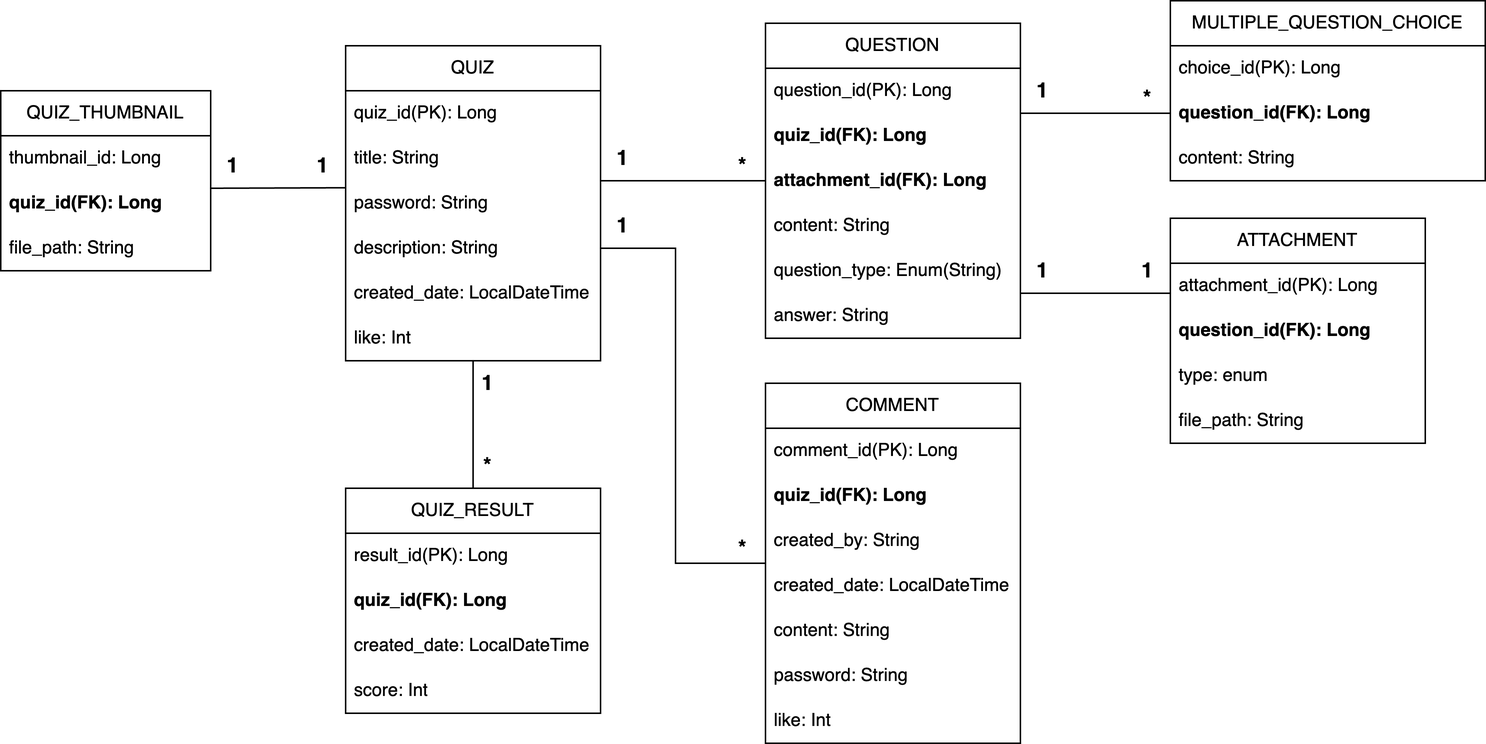
mynameisjaehoon/harpseal-backend keeps this draw.io diagram as readme-img/harpseal_domain_model.png. Above is the earlier version. Source tidied: cells renumbered, new cells last; positions are measured from the earlier drawing's top-left corner, leaving out a move shared by most shapes.
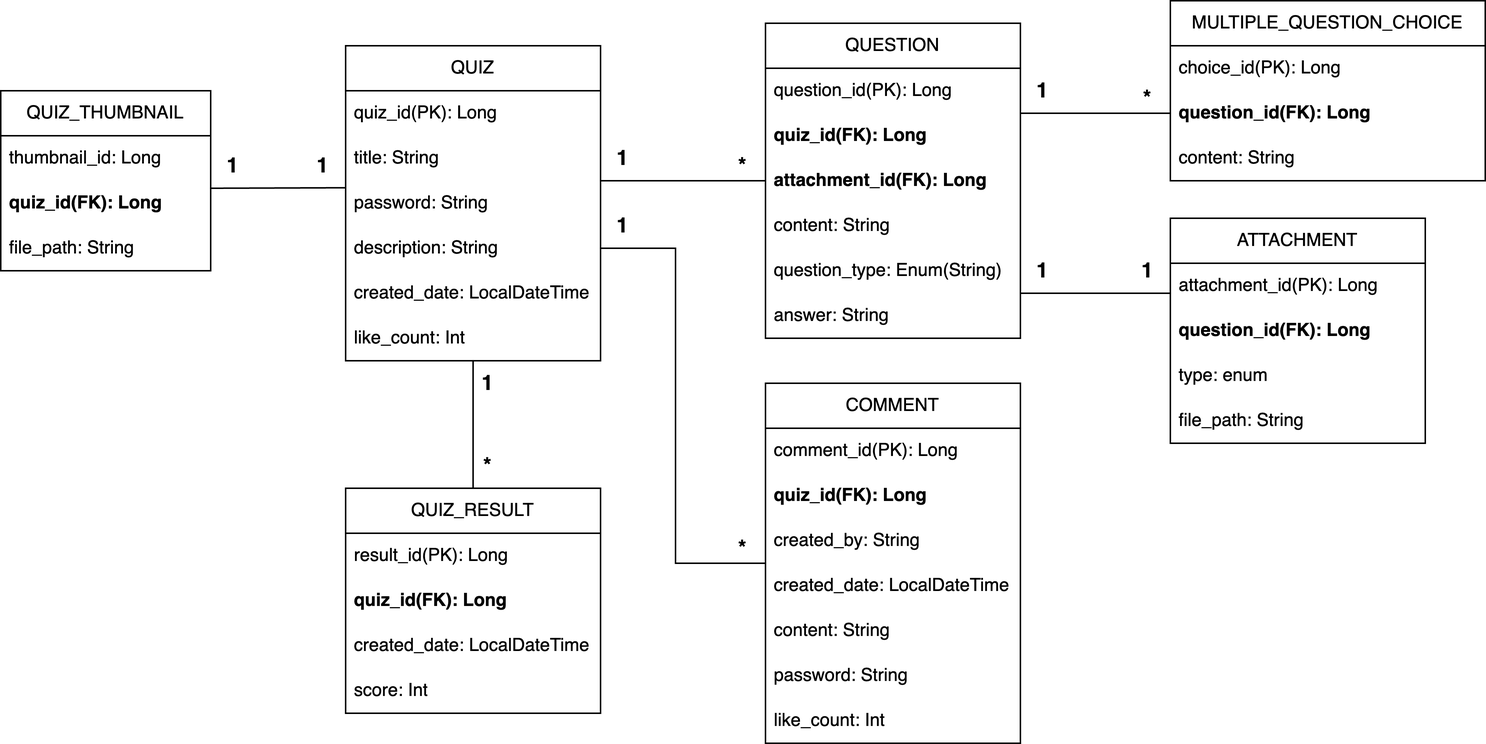
The same diagram one commit later.

Change to the diagram source:
```diff
@@ -20,7 +20,7 @@
     <mxCell id="7" value="created_date: LocalDateTime" style="text;strokeColor=none;fillColor=none;align=left;verticalAlign=middle;spacingLeft=4;spacingRight=4;overflow=hidden;whiteSpace=wrap;html=1;" parent="2" vertex="1">
       <mxGeometry y="150" width="170" height="30" as="geometry" />
     </mxCell>
-    <mxCell id="8" value="like: Int" style="text;strokeColor=none;fillColor=none;align=left;verticalAlign=middle;spacingLeft=4;spacingRight=4;overflow=hidden;whiteSpace=wrap;html=1;" parent="2" vertex="1">
+    <mxCell id="8" value="like_count: Int" style="text;strokeColor=none;fillColor=none;align=left;verticalAlign=middle;spacingLeft=4;spacingRight=4;overflow=hidden;whiteSpace=wrap;html=1;" parent="2" vertex="1">
       <mxGeometry y="180" width="170" height="30" as="geometry" />
     </mxCell>
     <mxCell id="9" value="QUESTION" style="swimlane;fontStyle=0;horizontal=1;startSize=30;whiteSpace=wrap;html=1;" parent="1" vertex="1">
@@ -101,7 +101,7 @@
     <mxCell id="34" value="password: String" style="text;strokeColor=none;fillColor=none;align=left;verticalAlign=middle;spacingLeft=4;spacingRight=4;overflow=hidden;whiteSpace=wrap;html=1;" parent="28" vertex="1">
       <mxGeometry y="180" width="170" height="30" as="geometry" />
     </mxCell>
-    <mxCell id="35" value="like: Int" style="text;strokeColor=none;fillColor=none;align=left;verticalAlign=middle;spacingLeft=4;spacingRight=4;overflow=hidden;whiteSpace=wrap;html=1;" parent="28" vertex="1">
+    <mxCell id="35" value="like_count: Int" style="text;strokeColor=none;fillColor=none;align=left;verticalAlign=middle;spacingLeft=4;spacingRight=4;overflow=hidden;whiteSpace=wrap;html=1;" parent="28" vertex="1">
       <mxGeometry y="210" width="170" height="30" as="geometry" />
     </mxCell>
     <mxCell id="36" value="QUIZ_RESULT" style="swimlane;fontStyle=0;horizontal=1;startSize=30;whiteSpace=wrap;html=1;" parent="1" vertex="1">
```
